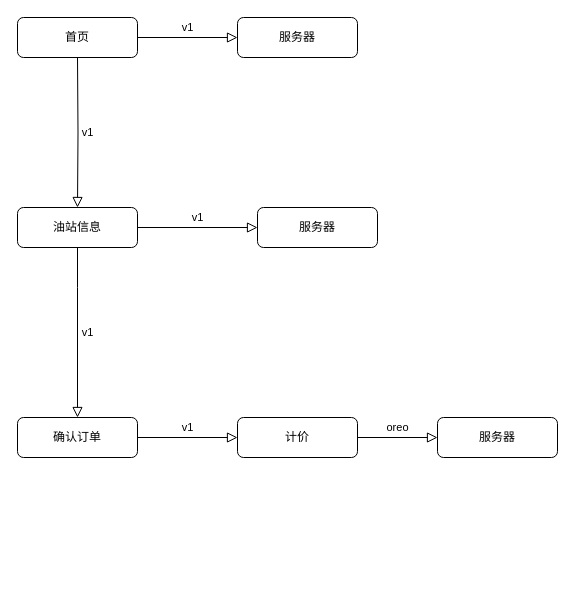
Before: Untitled Diagram.drawio in nearbyren/AndroidGuide, a draw.io diagram. Source tidied: cells renumbered, new cells numbered last; positions are measured from the earlier drawing's top-left corner, leaving out a move shared by most shapes. Both pictures are drawn from the tidied source at 100%, with x=0, y=0 at pixel (17, 17).
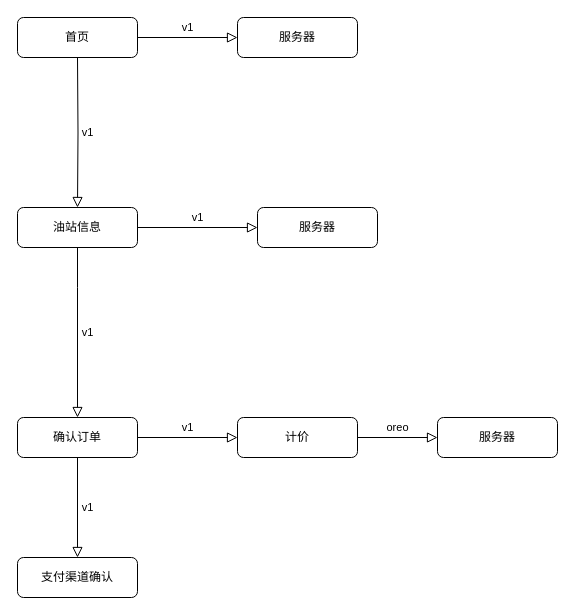
The same diagram, later.

The edit, as a diff of the source:
```diff
@@
 <mxGraphModel>
   <root>
     <mxCell id="0" />
     <mxCell id="1" parent="0" />
     <mxCell id="2" value="首页" style="rounded=1;whiteSpace=wrap;html=1;fontSize=12;glass=0;strokeWidth=1;shadow=0;" parent="1" vertex="1">
       <mxGeometry width="120" height="40" as="geometry" />
     </mxCell>
     <mxCell id="3" value="服务器" style="rounded=1;whiteSpace=wrap;html=1;fontSize=12;glass=0;strokeWidth=1;shadow=0;" parent="1" vertex="1">
       <mxGeometry x="220" width="120" height="40" as="geometry" />
     </mxCell>
     <mxCell id="4" value="v1" style="edgeStyle=orthogonalEdgeStyle;rounded=0;html=1;jettySize=auto;fontSize=11;endArrow=block;endFill=0;endSize=8;strokeWidth=1;shadow=0;labelBackgroundColor=none;exitX=1;exitY=0.5;exitDx=0;exitDy=0;" parent="1" edge="1" source="2" target="3">
       <mxGeometry y="10" relative="1" as="geometry" />
     </mxCell>
     <mxCell id="5" value="油站信息" style="rounded=1;whiteSpace=wrap;html=1;fontSize=12;glass=0;strokeWidth=1;shadow=0;" parent="1" vertex="1">
       <mxGeometry y="190" width="120" height="40" as="geometry" />
     </mxCell>
     <mxCell id="6" value="v1" style="edgeStyle=orthogonalEdgeStyle;rounded=0;html=1;jettySize=auto;fontSize=11;endArrow=block;endFill=0;endSize=8;strokeWidth=1;shadow=0;labelBackgroundColor=none;entryX=0.5;entryY=0;entryDx=0;entryDy=0;" parent="1" edge="1" target="5">
       <mxGeometry y="10" relative="1" as="geometry">
         <mxPoint x="60" y="40" as="sourcePoint" />
       </mxGeometry>
     </mxCell>
     <mxCell id="7" value="确认订单" style="rounded=1;whiteSpace=wrap;html=1;fontSize=12;glass=0;strokeWidth=1;shadow=0;" parent="1" vertex="1">
       <mxGeometry y="400" width="120" height="40" as="geometry" />
     </mxCell>
     <mxCell id="8" value="v1" style="edgeStyle=orthogonalEdgeStyle;rounded=0;html=1;jettySize=auto;fontSize=11;endArrow=block;endFill=0;endSize=8;strokeWidth=1;shadow=0;labelBackgroundColor=none;exitX=0.5;exitY=1;exitDx=0;exitDy=0;entryX=0.5;entryY=0;entryDx=0;entryDy=0;" parent="1" edge="1" source="5" target="7">
       <mxGeometry y="10" relative="1" as="geometry">
         <Array as="points">
           <mxPoint x="60" y="270" />
         </Array>
       </mxGeometry>
     </mxCell>
     <mxCell id="9" value="计价" style="rounded=1;whiteSpace=wrap;html=1;fontSize=12;glass=0;strokeWidth=1;shadow=0;" parent="1" vertex="1">
       <mxGeometry x="220" y="400" width="120" height="40" as="geometry" />
     </mxCell>
     <mxCell id="10" value="v1" style="edgeStyle=orthogonalEdgeStyle;rounded=0;html=1;jettySize=auto;fontSize=11;endArrow=block;endFill=0;endSize=8;strokeWidth=1;shadow=0;labelBackgroundColor=none;exitX=1;exitY=0.5;exitDx=0;exitDy=0;entryX=0;entryY=0.5;entryDx=0;entryDy=0;" parent="1" edge="1" source="7" target="9">
       <mxGeometry y="10" relative="1" as="geometry" />
     </mxCell>
     <mxCell id="11" value="服务器" style="rounded=1;whiteSpace=wrap;html=1;fontSize=12;glass=0;strokeWidth=1;shadow=0;" parent="1" vertex="1">
       <mxGeometry x="420" y="400" width="120" height="40" as="geometry" />
     </mxCell>
     <mxCell id="12" value="oreo" style="edgeStyle=orthogonalEdgeStyle;rounded=0;html=1;jettySize=auto;fontSize=11;endArrow=block;endFill=0;endSize=8;strokeWidth=1;shadow=0;labelBackgroundColor=none;entryX=0;entryY=0.5;entryDx=0;entryDy=0;exitX=1;exitY=0.5;exitDx=0;exitDy=0;" parent="1" edge="1" source="9" target="11">
       <mxGeometry y="10" relative="1" as="geometry" />
     </mxCell>
     <mxCell id="13" value="v1" style="edgeStyle=orthogonalEdgeStyle;rounded=0;html=1;jettySize=auto;fontSize=11;endArrow=block;endFill=0;endSize=8;strokeWidth=1;shadow=0;labelBackgroundColor=none;exitX=1;exitY=0.5;exitDx=0;exitDy=0;entryX=0;entryY=0.5;entryDx=0;entryDy=0;" parent="1" edge="1" source="5" target="14">
       <mxGeometry y="10" relative="1" as="geometry" />
     </mxCell>
     <mxCell id="14" value="服务器" style="rounded=1;whiteSpace=wrap;html=1;fontSize=12;glass=0;strokeWidth=1;shadow=0;" parent="1" vertex="1">
       <mxGeometry x="240" y="190" width="120" height="40" as="geometry" />
     </mxCell>
+    <mxCell id="15" value="支付渠道确认" style="rounded=1;whiteSpace=wrap;html=1;fontSize=12;glass=0;strokeWidth=1;shadow=0;" parent="1" vertex="1">
+      <mxGeometry y="540" width="120" height="40" as="geometry" />
+    </mxCell>
+    <mxCell id="16" value="v1" style="edgeStyle=orthogonalEdgeStyle;rounded=0;html=1;jettySize=auto;fontSize=11;endArrow=block;endFill=0;endSize=8;strokeWidth=1;shadow=0;labelBackgroundColor=none;exitX=0.5;exitY=1;exitDx=0;exitDy=0;entryX=0.5;entryY=0;entryDx=0;entryDy=0;" parent="1" edge="1" source="7" target="15">
+      <mxGeometry y="10" relative="1" as="geometry" />
+    </mxCell>
   </root>
 </mxGraphModel>
```
